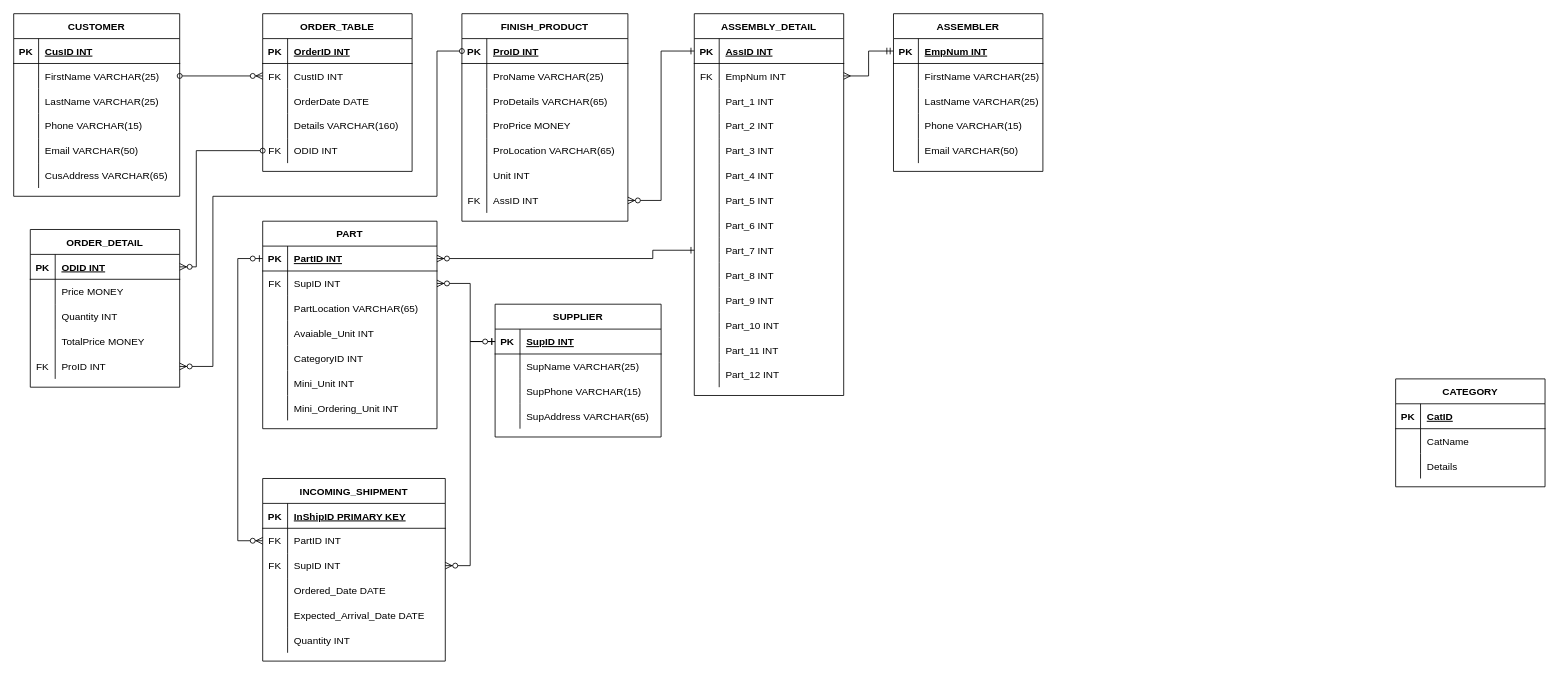
This is Copy of myAssignment1.drawio from trannthany/IT703_Database_FrontEnd, a draw.io file, before an edit. Source tidied: cells renumbered, new cells numbered last; positions are measured from the earlier drawing's top-left corner, leaving out a move shared by most shapes. Both pictures are drawn from the tidied source at 83%, with x=0, y=0 at pixel (13, 13).
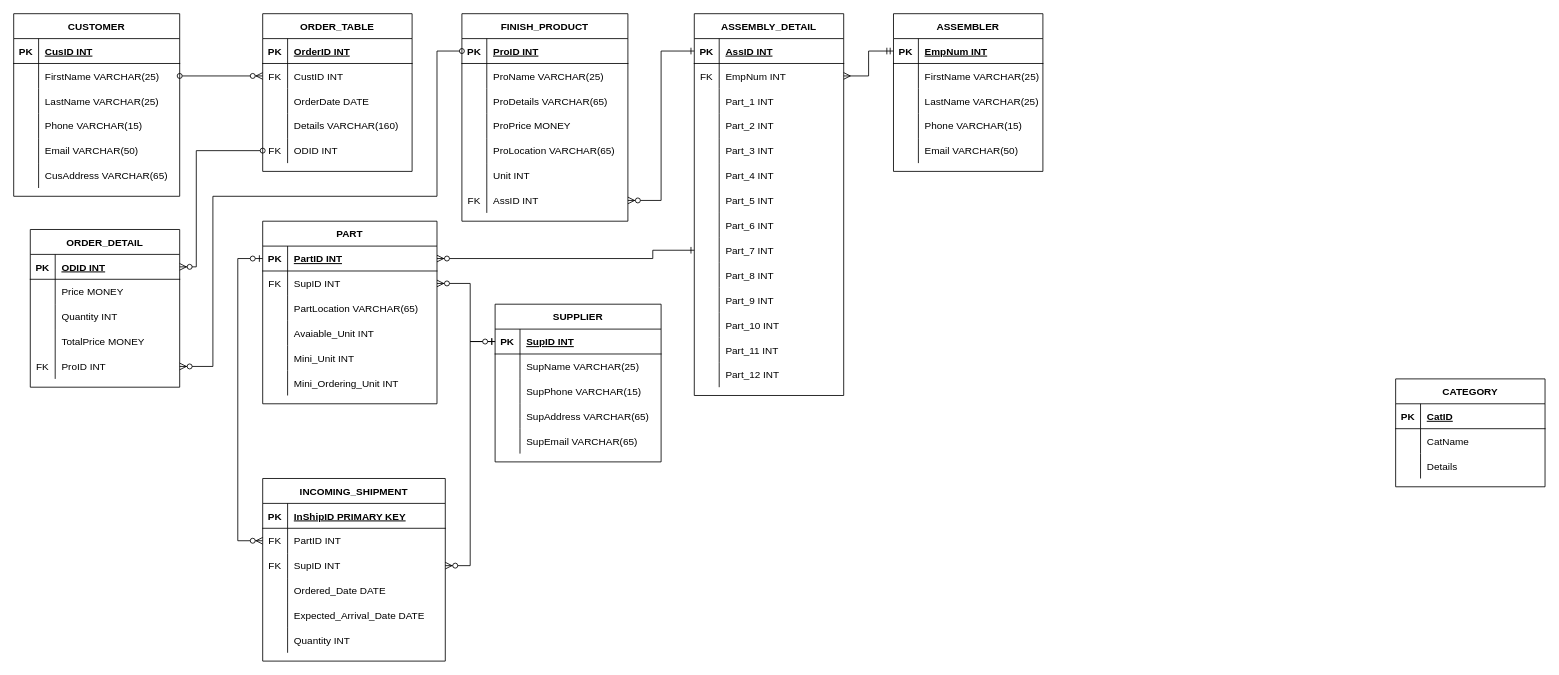
After the change.

Diff of the diagram source:
```diff
@@
     <mxCell id="21" value="SUPPLIER" style="shape=table;startSize=30;childLayout=tableLayout;rowLines=0;fontStyle=1;align=center;" parent="1" vertex="1">
-      <mxGeometry x="580" y="350" width="200" height="160" as="geometry" />
+      <mxGeometry x="580" y="350" width="200" height="190" as="geometry" />
     </mxCell>
@@
+    <mxCell id="207" style="shape=partialRectangle;fillColor=none;top=0;left=0;bottom=0;right=0;" parent="21" vertex="1">
+      <mxGeometry y="150" width="200" height="30" as="geometry" />
+    </mxCell>
+    <mxCell id="48" style="shape=partialRectangle;fillColor=none;top=0;left=0;bottom=0;right=0;overflow=hidden;" parent="207" vertex="1">
+      <mxGeometry width="30" height="30" as="geometry" />
+    </mxCell>
+    <mxCell id="208" value="SupEmail VARCHAR(65)" style="shape=partialRectangle;fillColor=none;top=0;left=0;bottom=0;right=0;align=left;spacingLeft=6;overflow=hidden;" parent="207" vertex="1">
+      <mxGeometry x="30" width="170" height="30" as="geometry" />
+    </mxCell>
     <mxCell id="34" value="PART" style="shape=table;startSize=30;childLayout=tableLayout;rowLines=0;fontStyle=1;align=center;" parent="1" vertex="1">
-      <mxGeometry x="300" y="250" width="210" height="250" as="geometry" />
+      <mxGeometry x="300" y="250" width="210" height="220" as="geometry" />
     </mxCell>
@@
-    <mxCell id="47" style="shape=partialRectangle;fillColor=none;top=0;left=0;bottom=0;right=0;" parent="34" vertex="1">
-      <mxGeometry y="150" width="210" height="30" as="geometry" />
-    </mxCell>
-    <mxCell id="48" style="shape=partialRectangle;fillColor=none;top=0;left=0;bottom=0;right=0;overflow=hidden;" parent="47" vertex="1">
-      <mxGeometry width="30" height="30" as="geometry" />
-    </mxCell>
-    <mxCell id="49" value="CategoryID INT" style="shape=partialRectangle;fillColor=none;top=0;left=0;bottom=0;right=0;align=left;spacingLeft=6;overflow=hidden;" parent="47" vertex="1">
-      <mxGeometry x="30" width="180" height="30" as="geometry" />
-    </mxCell>
     <mxCell id="50" style="shape=partialRectangle;fillColor=none;top=0;left=0;bottom=0;right=0;" parent="34" vertex="1">
-      <mxGeometry y="180" width="210" height="30" as="geometry" />
+      <mxGeometry y="150" width="210" height="30" as="geometry" />
     </mxCell>
@@
     <mxCell id="53" style="shape=partialRectangle;fillColor=none;top=0;left=0;bottom=0;right=0;" parent="34" vertex="1">
-      <mxGeometry y="210" width="210" height="30" as="geometry" />
+      <mxGeometry y="180" width="210" height="30" as="geometry" />
     </mxCell>
```
